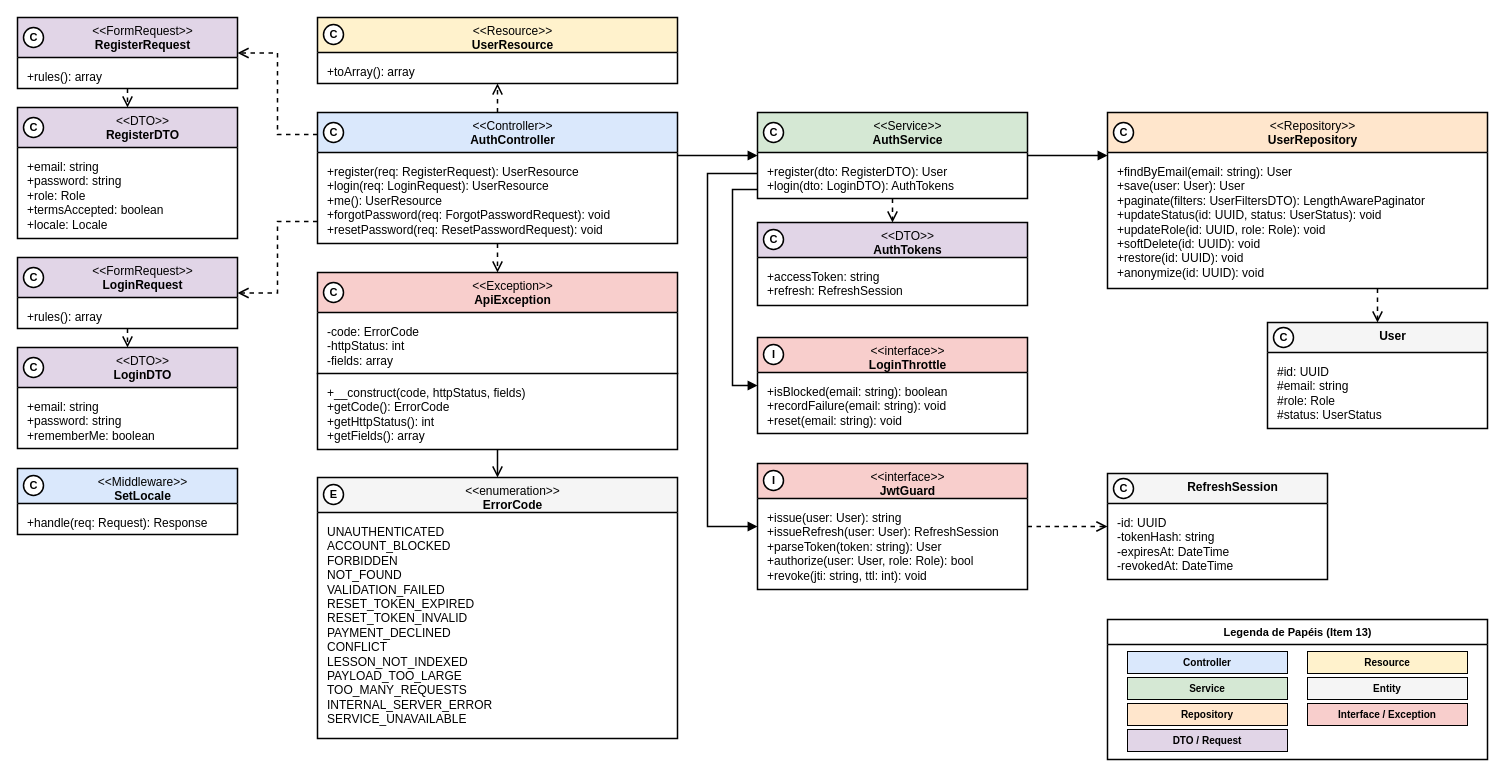
This is especificacao/diagramas/13-classes-area-a-implementacao-login.drawio from Plataforma-de-Cursos-TCC/plataforma-cursos-docs, a draw.io file, before an edit. Source tidied: cells renumbered, new cells numbered last; positions are measured from the earlier drawing's top-left corner, leaving out a move shared by most shapes. Both pictures are drawn from the tidied source at 100%, with x=0, y=0 at pixel (17, 17).
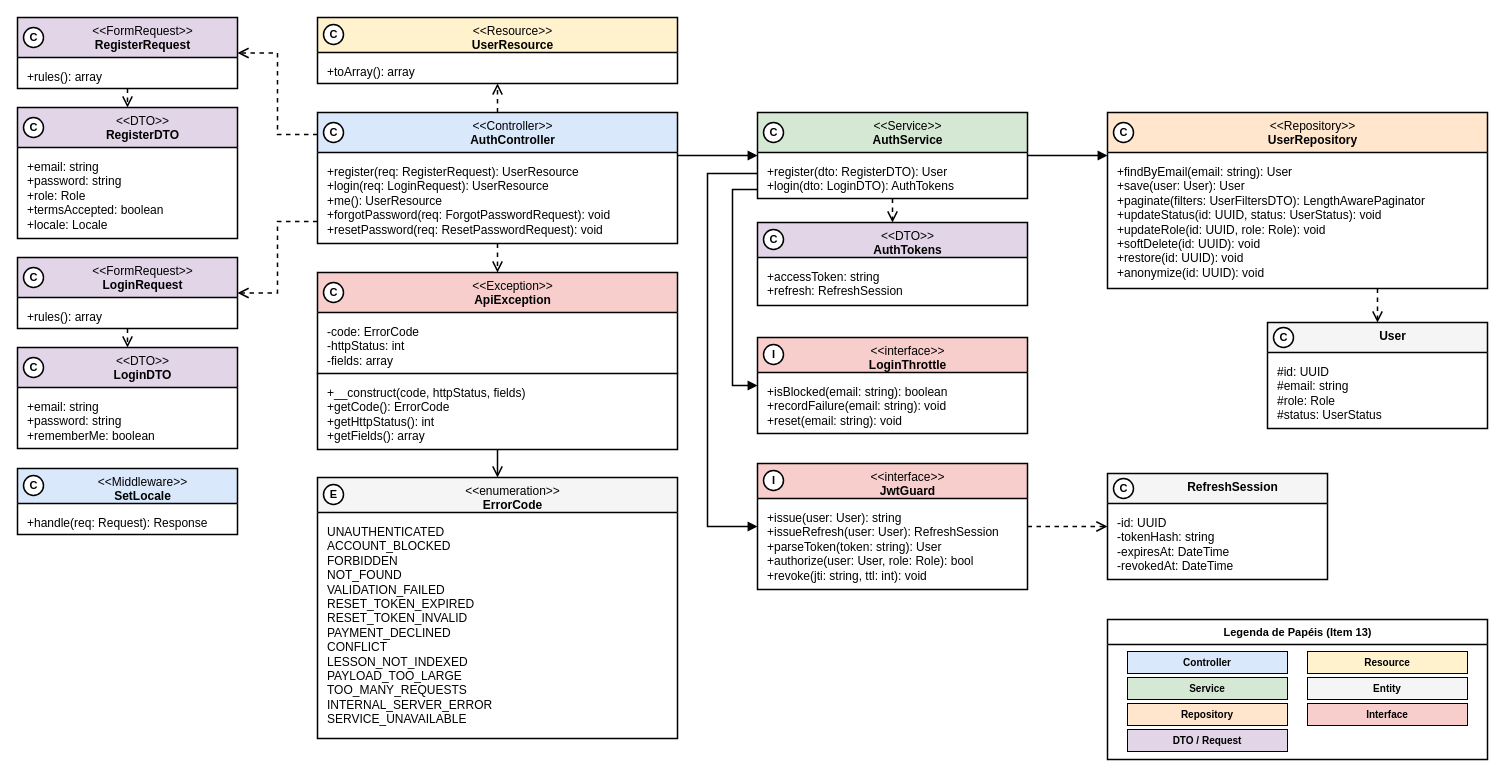
After the change.

Commit message (it also covers changes not shown here):
docs(diagramas): show only Interface in the login class legend

The legend entry "Interface / Exception" suggested that exceptions are a
class kind. The decision for item 13 is one ApiException class with an
ErrorCode enum, not a class per exception, so the legend entry now names
only Interface. The PNG is re-exported from the .drawio source.

(cherry picked from commit 5881e2759a33702426aef5e5547eccb08b751c24)

The change refers to these unchanged cells:
```xml
<mxCell id="51" value="&lt;b&gt;Legenda de Papéis (Item 13)&lt;/b&gt;" style="swimlane;html=1;fontStyle=0;align=center;verticalAlign=top;startSize=25;fillColor=#FFFFFF;swimlaneFillColor=#FFFFFF;strokeColor=#000000;strokeWidth=1.5;fontFamily=Helvetica;fontSize=11;fontColor=#000000;rounded=0;" parent="1" vertex="1">
  <mxGeometry x="1090" y="602" width="380" height="140" as="geometry" />
</mxCell>
```

Change to the diagram source:
```diff
@@
-    <mxCell id="58" value="&lt;b&gt;Interface / Exception&lt;/b&gt;" style="rounded=0;whiteSpace=wrap;html=1;fillColor=#F8CECC;strokeColor=#000000;strokeWidth=1;fontSize=10;fontFamily=Helvetica;fontColor=#000000;align=center;verticalAlign=middle;" parent="51" vertex="1">
+    <mxCell id="58" value="&lt;b&gt;Interface&lt;/b&gt;" style="rounded=0;whiteSpace=wrap;html=1;fillColor=#F8CECC;strokeColor=#000000;strokeWidth=1;fontSize=10;fontFamily=Helvetica;fontColor=#000000;align=center;verticalAlign=middle;" parent="51" vertex="1">
       <mxGeometry x="200" y="84" width="160" height="22" as="geometry" />
     </mxCell>
```
